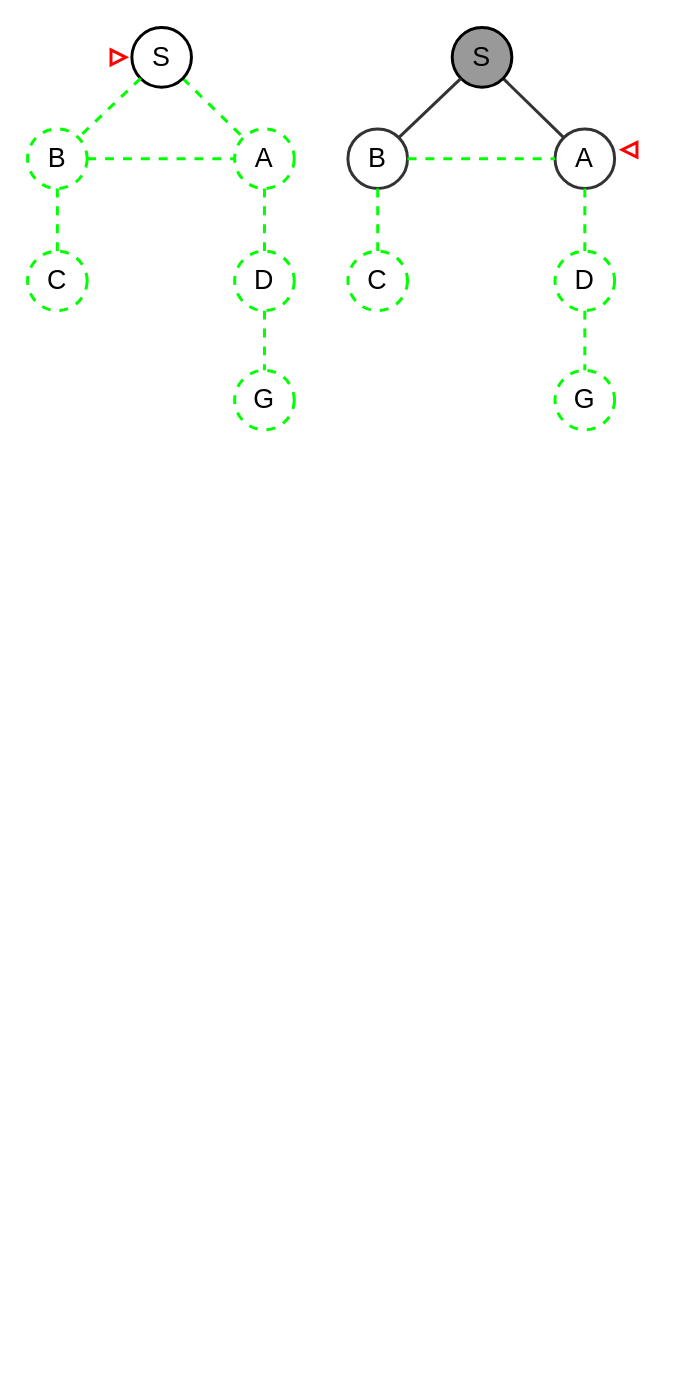
Before: Untitled Diagram.drawio in fasil712/UML_Diagram_Design, a draw.io diagram. Source tidied: cells renumbered, new cells numbered last; positions are measured from the earlier drawing's top-left corner, leaving out a move shared by most shapes. Both pictures are drawn from the tidied source at 149%, with x=0, y=0 at pixel (27, 27).
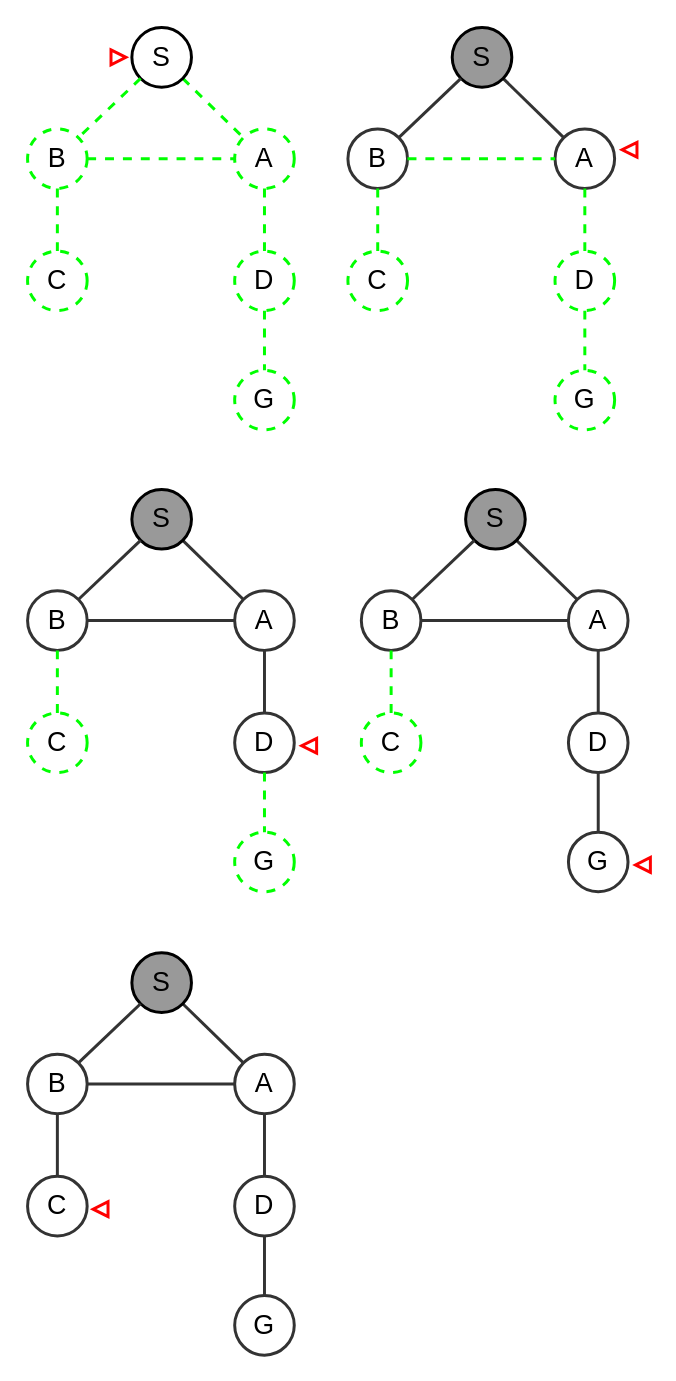
After the change.

Diff of the diagram source:
```diff
@@
+    <mxCell id="28" style="edgeStyle=none;rounded=0;jettySize=auto;html=1;exitX=1;exitY=1;exitDx=0;exitDy=0;fontSize=18;entryX=0;entryY=0;entryDx=0;entryDy=0;endArrow=none;endFill=0;fontStyle=0;fillColor=#d5e8d4;strokeColor=#333333;strokeWidth=2;" parent="1" edge="1" source="29" target="31">
+      <mxGeometry relative="1" as="geometry" />
+    </mxCell>
+    <mxCell id="29" value="&lt;font style=&quot;font-size: 18px;&quot;&gt;S&lt;/font&gt;" style="ellipse;whiteSpace=wrap;html=1;strokeWidth=2;fillColor=#999999;" parent="1" vertex="1">
+      <mxGeometry x="70" y="310" width="40" height="40" as="geometry" />
+    </mxCell>
+    <mxCell id="30" value="&lt;font style=&quot;font-size: 18px;&quot;&gt;B&lt;/font&gt;" style="ellipse;whiteSpace=wrap;html=1;fillColor=none;strokeColor=#333333;strokeWidth=2;" parent="1" vertex="1">
+      <mxGeometry y="378" width="40" height="40" as="geometry" />
+    </mxCell>
+    <mxCell id="31" value="&lt;font style=&quot;font-size: 18px;&quot;&gt;A&lt;/font&gt;" style="ellipse;whiteSpace=wrap;html=1;fillColor=none;strokeColor=#333333;strokeWidth=2;" parent="1" vertex="1">
+      <mxGeometry x="139" y="378" width="40" height="40" as="geometry" />
+    </mxCell>
+    <mxCell id="32" value="&lt;font style=&quot;font-size: 18px;&quot;&gt;C&lt;/font&gt;" style="ellipse;whiteSpace=wrap;html=1;fillColor=none;strokeColor=#00FF00;dashed=1;strokeWidth=2;" parent="1" vertex="1">
+      <mxGeometry y="460" width="40" height="40" as="geometry" />
+    </mxCell>
+    <mxCell id="33" value="&lt;font style=&quot;font-size: 18px;&quot;&gt;D&lt;/font&gt;" style="ellipse;whiteSpace=wrap;html=1;fillColor=none;strokeColor=#333333;strokeWidth=2;" parent="1" vertex="1">
+      <mxGeometry x="139" y="460" width="40" height="40" as="geometry" />
+    </mxCell>
+    <mxCell id="34" value="&lt;font style=&quot;font-size: 18px;&quot;&gt;G&lt;/font&gt;" style="ellipse;whiteSpace=wrap;html=1;fillColor=none;strokeColor=#00FF00;dashed=1;strokeWidth=2;" parent="1" vertex="1">
+      <mxGeometry x="139" y="540" width="40" height="40" as="geometry" />
+    </mxCell>
+    <mxCell id="35" style="edgeStyle=none;rounded=0;jettySize=auto;html=1;exitX=0;exitY=1;exitDx=0;exitDy=0;fontSize=18;entryX=1;entryY=0;entryDx=0;entryDy=0;endArrow=none;endFill=0;fontStyle=0;fillColor=#d5e8d4;strokeColor=#333333;strokeWidth=2;" parent="1" edge="1" source="29" target="30">
+      <mxGeometry relative="1" as="geometry" />
+    </mxCell>
+    <mxCell id="36" style="edgeStyle=none;rounded=0;jettySize=auto;html=1;exitX=0.5;exitY=1;exitDx=0;exitDy=0;fontSize=18;entryX=0.5;entryY=0;entryDx=0;entryDy=0;endArrow=none;endFill=0;fillColor=#d5e8d4;strokeColor=#333333;strokeWidth=2;" parent="1" edge="1" source="31" target="33">
+      <mxGeometry relative="1" as="geometry" />
+    </mxCell>
+    <mxCell id="37" style="edgeStyle=none;rounded=0;jettySize=auto;html=1;exitX=0.5;exitY=1;exitDx=0;exitDy=0;fontSize=18;entryX=0.5;entryY=0;entryDx=0;entryDy=0;endArrow=none;endFill=0;fillColor=#d5e8d4;strokeColor=#00FF00;dashed=1;strokeWidth=2;" parent="1" edge="1" source="33" target="34">
+      <mxGeometry relative="1" as="geometry" />
+    </mxCell>
+    <mxCell id="38" style="edgeStyle=none;rounded=0;jettySize=auto;html=1;exitX=1;exitY=0.5;exitDx=0;exitDy=0;fontSize=18;entryX=0;entryY=0.5;entryDx=0;entryDy=0;endArrow=none;endFill=0;fillColor=#d5e8d4;strokeColor=#333333;strokeWidth=2;" parent="1" edge="1" source="30" target="31">
+      <mxGeometry relative="1" as="geometry" />
+    </mxCell>
+    <mxCell id="39" style="edgeStyle=none;rounded=0;jettySize=auto;html=1;exitX=0.5;exitY=1;exitDx=0;exitDy=0;fontSize=18;entryX=0.5;entryY=0;entryDx=0;entryDy=0;endArrow=none;endFill=0;fillColor=#d5e8d4;strokeColor=#00FF00;dashed=1;strokeWidth=2;" parent="1" edge="1" source="30" target="32">
+      <mxGeometry relative="1" as="geometry" />
+    </mxCell>
+    <mxCell id="40" style="triangle;whiteSpace=wrap;html=1;fontSize=18;strokeColor=#FF0000;strokeWidth=2;fillColor=none;rotation=-180;" parent="1" vertex="1">
+      <mxGeometry x="184" y="477" width="10" height="10" as="geometry" />
+    </mxCell>
+    <mxCell id="41" style="edgeStyle=none;rounded=0;jettySize=auto;html=1;exitX=1;exitY=1;exitDx=0;exitDy=0;fontSize=18;entryX=0;entryY=0;entryDx=0;entryDy=0;endArrow=none;endFill=0;fontStyle=0;fillColor=#d5e8d4;strokeColor=#333333;strokeWidth=2;" parent="1" edge="1" source="42" target="44">
+      <mxGeometry relative="1" as="geometry" />
+    </mxCell>
+    <mxCell id="42" value="&lt;font style=&quot;font-size: 18px;&quot;&gt;S&lt;/font&gt;" style="ellipse;whiteSpace=wrap;html=1;strokeWidth=2;fillColor=#999999;" parent="1" vertex="1">
+      <mxGeometry x="294" y="310" width="40" height="40" as="geometry" />
+    </mxCell>
+    <mxCell id="43" value="&lt;font style=&quot;font-size: 18px;&quot;&gt;B&lt;/font&gt;" style="ellipse;whiteSpace=wrap;html=1;fillColor=none;strokeColor=#333333;strokeWidth=2;" parent="1" vertex="1">
+      <mxGeometry x="224" y="378" width="40" height="40" as="geometry" />
+    </mxCell>
+    <mxCell id="44" value="&lt;font style=&quot;font-size: 18px;&quot;&gt;A&lt;/font&gt;" style="ellipse;whiteSpace=wrap;html=1;fillColor=none;strokeColor=#333333;strokeWidth=2;" parent="1" vertex="1">
+      <mxGeometry x="363" y="378" width="40" height="40" as="geometry" />
+    </mxCell>
+    <mxCell id="45" value="&lt;font style=&quot;font-size: 18px;&quot;&gt;C&lt;/font&gt;" style="ellipse;whiteSpace=wrap;html=1;fillColor=none;strokeColor=#00FF00;dashed=1;strokeWidth=2;" parent="1" vertex="1">
+      <mxGeometry x="224" y="460" width="40" height="40" as="geometry" />
+    </mxCell>
+    <mxCell id="46" value="&lt;font style=&quot;font-size: 18px;&quot;&gt;D&lt;/font&gt;" style="ellipse;whiteSpace=wrap;html=1;fillColor=none;strokeColor=#333333;strokeWidth=2;" parent="1" vertex="1">
+      <mxGeometry x="363" y="460" width="40" height="40" as="geometry" />
+    </mxCell>
+    <mxCell id="47" value="&lt;font style=&quot;font-size: 18px;&quot;&gt;G&lt;/font&gt;" style="ellipse;whiteSpace=wrap;html=1;fillColor=none;strokeColor=#333333;strokeWidth=2;" parent="1" vertex="1">
+      <mxGeometry x="363" y="540" width="40" height="40" as="geometry" />
+    </mxCell>
+    <mxCell id="48" style="edgeStyle=none;rounded=0;jettySize=auto;html=1;exitX=0;exitY=1;exitDx=0;exitDy=0;fontSize=18;entryX=1;entryY=0;entryDx=0;entryDy=0;endArrow=none;endFill=0;fontStyle=0;fillColor=#d5e8d4;strokeColor=#333333;strokeWidth=2;" parent="1" edge="1" source="42" target="43">
+      <mxGeometry relative="1" as="geometry" />
+    </mxCell>
+    <mxCell id="49" style="edgeStyle=none;rounded=0;jettySize=auto;html=1;exitX=0.5;exitY=1;exitDx=0;exitDy=0;fontSize=18;entryX=0.5;entryY=0;entryDx=0;entryDy=0;endArrow=none;endFill=0;fillColor=#d5e8d4;strokeColor=#333333;strokeWidth=2;" parent="1" edge="1" source="44" target="46">
+      <mxGeometry relative="1" as="geometry" />
+    </mxCell>
+    <mxCell id="50" style="edgeStyle=none;rounded=0;jettySize=auto;html=1;exitX=0.5;exitY=1;exitDx=0;exitDy=0;fontSize=18;entryX=0.5;entryY=0;entryDx=0;entryDy=0;endArrow=none;endFill=0;fillColor=#d5e8d4;strokeColor=#333333;strokeWidth=2;" parent="1" edge="1" source="46" target="47">
+      <mxGeometry relative="1" as="geometry" />
+    </mxCell>
+    <mxCell id="51" style="edgeStyle=none;rounded=0;jettySize=auto;html=1;exitX=1;exitY=0.5;exitDx=0;exitDy=0;fontSize=18;entryX=0;entryY=0.5;entryDx=0;entryDy=0;endArrow=none;endFill=0;fillColor=#d5e8d4;strokeColor=#333333;strokeWidth=2;" parent="1" edge="1" source="43" target="44">
+      <mxGeometry relative="1" as="geometry" />
+    </mxCell>
+    <mxCell id="52" style="edgeStyle=none;rounded=0;jettySize=auto;html=1;exitX=0.5;exitY=1;exitDx=0;exitDy=0;fontSize=18;entryX=0.5;entryY=0;entryDx=0;entryDy=0;endArrow=none;endFill=0;fillColor=#d5e8d4;strokeColor=#00FF00;dashed=1;strokeWidth=2;" parent="1" edge="1" source="43" target="45">
+      <mxGeometry relative="1" as="geometry" />
+    </mxCell>
+    <mxCell id="53" style="triangle;whiteSpace=wrap;html=1;fontSize=18;strokeColor=#FF0000;strokeWidth=2;fillColor=none;rotation=-180;" parent="1" vertex="1">
+      <mxGeometry x="408" y="557" width="10" height="10" as="geometry" />
+    </mxCell>
+    <mxCell id="54" style="edgeStyle=none;rounded=0;jettySize=auto;html=1;exitX=1;exitY=1;exitDx=0;exitDy=0;fontSize=18;entryX=0;entryY=0;entryDx=0;entryDy=0;endArrow=none;endFill=0;fontStyle=0;fillColor=#d5e8d4;strokeColor=#333333;strokeWidth=2;" parent="1" edge="1" source="55" target="57">
+      <mxGeometry relative="1" as="geometry" />
+    </mxCell>
+    <mxCell id="55" value="&lt;font style=&quot;font-size: 18px;&quot;&gt;S&lt;/font&gt;" style="ellipse;whiteSpace=wrap;html=1;strokeWidth=2;fillColor=#999999;" parent="1" vertex="1">
+      <mxGeometry x="70" y="621" width="40" height="40" as="geometry" />
+    </mxCell>
+    <mxCell id="56" value="&lt;font style=&quot;font-size: 18px;&quot;&gt;B&lt;/font&gt;" style="ellipse;whiteSpace=wrap;html=1;fillColor=none;strokeColor=#333333;strokeWidth=2;" parent="1" vertex="1">
+      <mxGeometry y="689" width="40" height="40" as="geometry" />
+    </mxCell>
+    <mxCell id="57" value="&lt;font style=&quot;font-size: 18px;&quot;&gt;A&lt;/font&gt;" style="ellipse;whiteSpace=wrap;html=1;fillColor=none;strokeColor=#333333;strokeWidth=2;" parent="1" vertex="1">
+      <mxGeometry x="139" y="689" width="40" height="40" as="geometry" />
+    </mxCell>
+    <mxCell id="58" value="&lt;font style=&quot;font-size: 18px;&quot;&gt;C&lt;/font&gt;" style="ellipse;whiteSpace=wrap;html=1;fillColor=none;strokeColor=#333333;strokeWidth=2;" parent="1" vertex="1">
+      <mxGeometry y="771" width="40" height="40" as="geometry" />
+    </mxCell>
+    <mxCell id="59" value="&lt;font style=&quot;font-size: 18px;&quot;&gt;D&lt;/font&gt;" style="ellipse;whiteSpace=wrap;html=1;fillColor=none;strokeColor=#333333;strokeWidth=2;" parent="1" vertex="1">
+      <mxGeometry x="139" y="771" width="40" height="40" as="geometry" />
+    </mxCell>
+    <mxCell id="60" value="&lt;font style=&quot;font-size: 18px;&quot;&gt;G&lt;/font&gt;" style="ellipse;whiteSpace=wrap;html=1;fillColor=none;strokeColor=#333333;strokeWidth=2;" parent="1" vertex="1">
+      <mxGeometry x="139" y="851" width="40" height="40" as="geometry" />
+    </mxCell>
+    <mxCell id="61" style="edgeStyle=none;rounded=0;jettySize=auto;html=1;exitX=0;exitY=1;exitDx=0;exitDy=0;fontSize=18;entryX=1;entryY=0;entryDx=0;entryDy=0;endArrow=none;endFill=0;fontStyle=0;fillColor=#d5e8d4;strokeColor=#333333;strokeWidth=2;" parent="1" edge="1" source="55" target="56">
+      <mxGeometry relative="1" as="geometry" />
+    </mxCell>
+    <mxCell id="62" style="edgeStyle=none;rounded=0;jettySize=auto;html=1;exitX=0.5;exitY=1;exitDx=0;exitDy=0;fontSize=18;entryX=0.5;entryY=0;entryDx=0;entryDy=0;endArrow=none;endFill=0;fillColor=#d5e8d4;strokeColor=#333333;strokeWidth=2;" parent="1" edge="1" source="57" target="59">
+      <mxGeometry relative="1" as="geometry" />
+    </mxCell>
+    <mxCell id="63" style="edgeStyle=none;rounded=0;jettySize=auto;html=1;exitX=0.5;exitY=1;exitDx=0;exitDy=0;fontSize=18;entryX=0.5;entryY=0;entryDx=0;entryDy=0;endArrow=none;endFill=0;fillColor=#d5e8d4;strokeColor=#333333;strokeWidth=2;" parent="1" edge="1" source="59" target="60">
+      <mxGeometry relative="1" as="geometry" />
+    </mxCell>
+    <mxCell id="64" style="edgeStyle=none;rounded=0;jettySize=auto;html=1;exitX=1;exitY=0.5;exitDx=0;exitDy=0;fontSize=18;entryX=0;entryY=0.5;entryDx=0;entryDy=0;endArrow=none;endFill=0;fillColor=#d5e8d4;strokeColor=#333333;strokeWidth=2;" parent="1" edge="1" source="56" target="57">
+      <mxGeometry relative="1" as="geometry" />
+    </mxCell>
+    <mxCell id="65" style="edgeStyle=none;rounded=0;jettySize=auto;html=1;exitX=0.5;exitY=1;exitDx=0;exitDy=0;fontSize=18;entryX=0.5;entryY=0;entryDx=0;entryDy=0;endArrow=none;endFill=0;fillColor=#d5e8d4;strokeColor=#333333;strokeWidth=2;" parent="1" edge="1" source="56" target="58">
+      <mxGeometry relative="1" as="geometry" />
+    </mxCell>
+    <mxCell id="66" style="triangle;whiteSpace=wrap;html=1;fontSize=18;strokeColor=#FF0000;strokeWidth=2;fillColor=none;rotation=-180;" parent="1" vertex="1">
+      <mxGeometry x="44" y="788" width="10" height="10" as="geometry" />
+    </mxCell>
```
